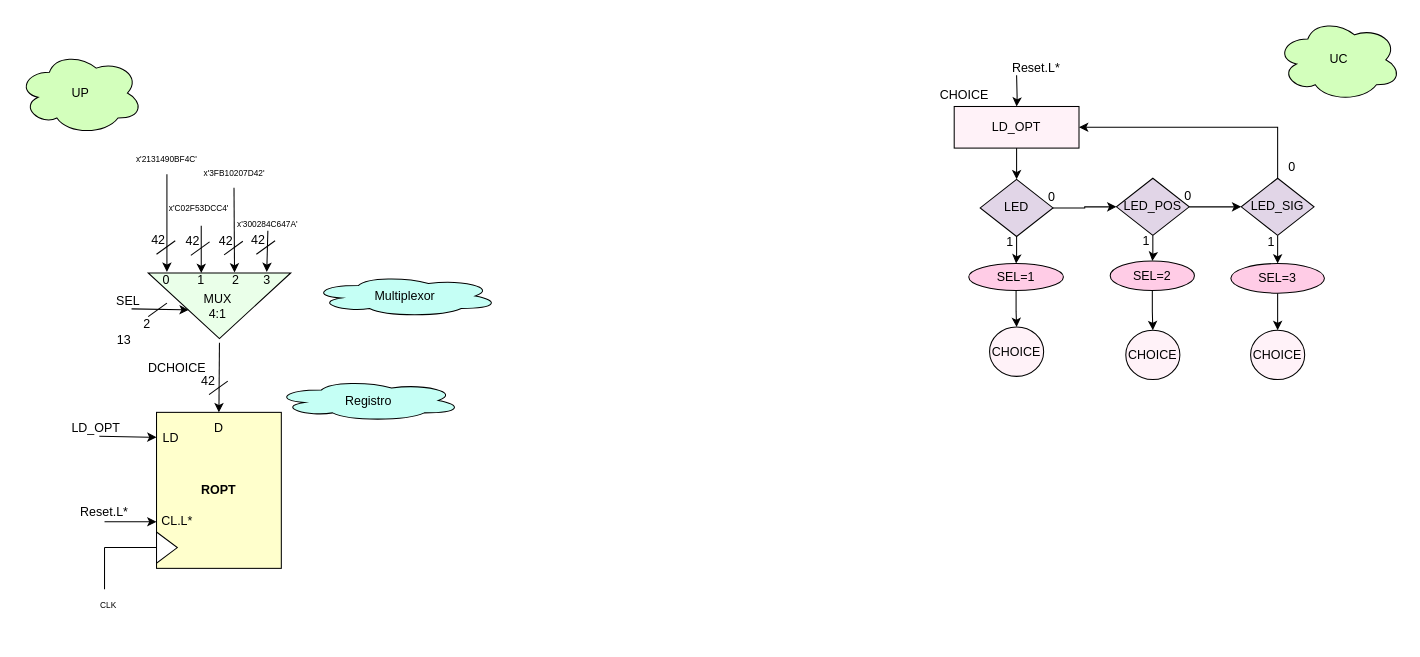
Earlier version of the draw.io diagram Grupo-C4/Proyecto/Documentación/DISPLAY.drawio (AlexAgustin/Grupo-C4). Source tidied: cells renumbered, new cells numbered last; positions are measured from the earlier drawing's top-left corner, leaving out a move shared by most shapes. Both pictures are drawn from the tidied source at 104%, with x=0, y=0 at pixel (18, 18).
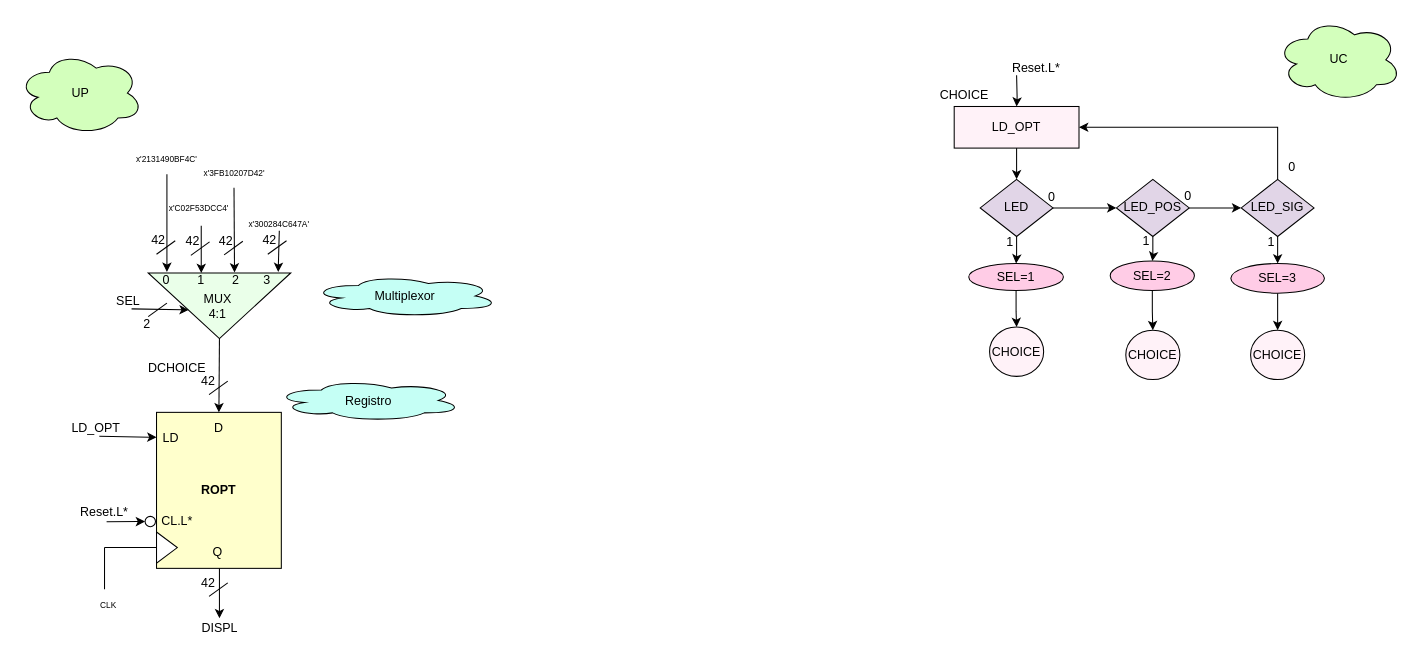
The same diagram, later.

Unchanged cells that the change refers to:
```xml
<mxCell id="23" value="D" style="text;html=1;strokeColor=none;fillColor=none;align=center;verticalAlign=middle;whiteSpace=wrap;rounded=0;" parent="1" vertex="1">
  <mxGeometry x="163" y="379" width="60" height="30" as="geometry" />
</mxCell>
<mxCell id="32" style="triangle;whiteSpace=wrap;html=1;rotation=90;fillColor=#EAFFE9;" parent="1" vertex="1">
  <mxGeometry x="162" y="208" width="63" height="137" as="geometry" />
</mxCell>
```

Change to the diagram source:
```diff
@@
-    <mxCell id="25" style="endArrow=classic;html=1;rounded=0;fontSize=9;entryX=0.5;entryY=0;entryDx=0;entryDy=0;" parent="1" edge="1" target="23">
-      <mxGeometry relative="1" as="geometry">
-        <mxPoint x="193.5" y="312" as="sourcePoint" />
-      </mxGeometry>
+    <mxCell id="25" style="endArrow=classic;html=1;rounded=0;fontSize=9;entryX=0.5;entryY=0;entryDx=0;entryDy=0;exitX=1;exitY=0.5;exitDx=0;exitDy=0;" parent="1" edge="1" source="32" target="23">
+      <mxGeometry relative="1" as="geometry" />
     </mxCell>
@@
-    <mxCell id="31" style="endArrow=classic;html=1;rounded=0;fontSize=12;entryX=0;entryY=0.25;entryDx=0;entryDy=0;" parent="1" edge="1">
+    <mxCell id="31" style="endArrow=classic;html=1;rounded=0;fontSize=12;" parent="1" edge="1">
       <mxGeometry relative="1" as="geometry">
-        <mxPoint x="83" y="484.2" as="sourcePoint" />
-        <mxPoint x="133" y="484.2" as="targetPoint" />
+        <mxPoint x="85" y="484.2" as="sourcePoint" />
+        <mxPoint x="122" y="484" as="targetPoint" />
       </mxGeometry>
     </mxCell>
@@
     <mxCell id="41" style="endArrow=classic;html=1;rounded=0;fontSize=12;entryX=0.75;entryY=0;entryDx=0;entryDy=0;exitX=0.802;exitY=0.019;exitDx=0;exitDy=0;exitPerimeter=0;" parent="1" edge="1" source="43">
       <mxGeometry relative="1" as="geometry">
-        <mxPoint x="239" y="244" as="targetPoint" />
+        <mxPoint x="250" y="244" as="targetPoint" />
       </mxGeometry>
     </mxCell>
     <mxCell id="42" style="endArrow=none;html=1;rounded=0;" parent="1" edge="1">
       <mxGeometry relative="1" as="geometry">
-        <mxPoint x="229" y="227" as="sourcePoint" />
-        <mxPoint x="247" y="214" as="targetPoint" />
+        <mxPoint x="240" y="227" as="sourcePoint" />
+        <mxPoint x="258" y="214" as="targetPoint" />
       </mxGeometry>
     </mxCell>
     <mxCell id="43" value="42" style="text;html=1;strokeColor=none;fillColor=none;align=center;verticalAlign=middle;whiteSpace=wrap;rounded=0;" parent="1" vertex="1">
-      <mxGeometry x="216" y="204" width="30" height="20" as="geometry" />
+      <mxGeometry x="227" y="204" width="30" height="20" as="geometry" />
     </mxCell>
     <mxCell id="44" value="&lt;font style=&quot;font-size: 8px;&quot;&gt;x'300284C647A'&lt;/font&gt;" style="text;html=1;strokeColor=none;fillColor=none;align=center;verticalAlign=middle;whiteSpace=wrap;rounded=0;" parent="1" vertex="1">
-      <mxGeometry x="210" y="182" width="60" height="30" as="geometry" />
+      <mxGeometry x="221" y="182" width="60" height="30" as="geometry" />
     </mxCell>
@@
-    <mxCell id="55" value="13" style="text;html=1;strokeColor=none;fillColor=none;align=center;verticalAlign=middle;whiteSpace=wrap;rounded=0;" parent="1" vertex="1">
-      <mxGeometry x="87" y="299.5" width="30" height="20" as="geometry" />
-    </mxCell>
@@
     <mxCell id="59" value="LED_POS" style="rhombus;whiteSpace=wrap;html=1;fillColor=#E1D5E7;" parent="1" vertex="1">
-      <mxGeometry x="1056" y="153.9" width="70" height="55" as="geometry" />
+      <mxGeometry x="1056" y="154.9" width="70" height="55" as="geometry" />
     </mxCell>
@@
     <mxCell id="64" value="LED_SIG" style="rhombus;whiteSpace=wrap;html=1;fillColor=#E1D5E7;" parent="1" vertex="1">
-      <mxGeometry x="1176" y="153.9" width="70" height="55" as="geometry" />
+      <mxGeometry x="1176" y="154.9" width="70" height="55" as="geometry" />
     </mxCell>
@@
+    <mxCell id="75" style="endArrow=classic;html=1;rounded=0;fontSize=9;entryX=0.5;entryY=0;entryDx=0;entryDy=0;" parent="1" edge="1" target="79">
+      <mxGeometry relative="1" as="geometry">
+        <mxPoint x="193.5" y="529" as="sourcePoint" />
+      </mxGeometry>
+    </mxCell>
+    <mxCell id="76" style="endArrow=none;html=1;rounded=0;" parent="1" edge="1">
+      <mxGeometry relative="1" as="geometry">
+        <mxPoint x="183.5" y="556" as="sourcePoint" />
+        <mxPoint x="201.5" y="543" as="targetPoint" />
+      </mxGeometry>
+    </mxCell>
+    <mxCell id="77" value="42" style="text;html=1;strokeColor=none;fillColor=none;align=center;verticalAlign=middle;whiteSpace=wrap;rounded=0;" parent="1" vertex="1">
+      <mxGeometry x="167.5" y="533" width="30" height="20" as="geometry" />
+    </mxCell>
+    <mxCell id="78" value="Q" style="text;html=1;strokeColor=none;fillColor=none;align=center;verticalAlign=middle;whiteSpace=wrap;rounded=0;" parent="1" vertex="1">
+      <mxGeometry x="162" y="499" width="60" height="30" as="geometry" />
+    </mxCell>
+    <mxCell id="79" value="DISPL" style="text;html=1;strokeColor=none;fillColor=none;align=center;verticalAlign=middle;whiteSpace=wrap;rounded=0;fontSize=12;" parent="1" vertex="1">
+      <mxGeometry x="163.5" y="577" width="60" height="20" as="geometry" />
+    </mxCell>
+    <mxCell id="80" style="ellipse;whiteSpace=wrap;html=1;" parent="1" vertex="1">
+      <mxGeometry x="122" y="479" width="10" height="10" as="geometry" />
+    </mxCell>
```
